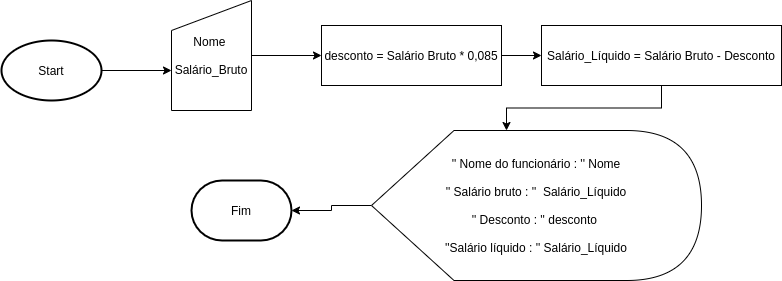
Before: Trabalho_de_APC1_(questão 4).png, a diagram exported from draw.io (Lrlk/Trabalho-de-APC1). Source tidied: cells renumbered, new cells last; positions are measured from the earlier drawing's top-left corner, leaving out a move shared by most shapes.
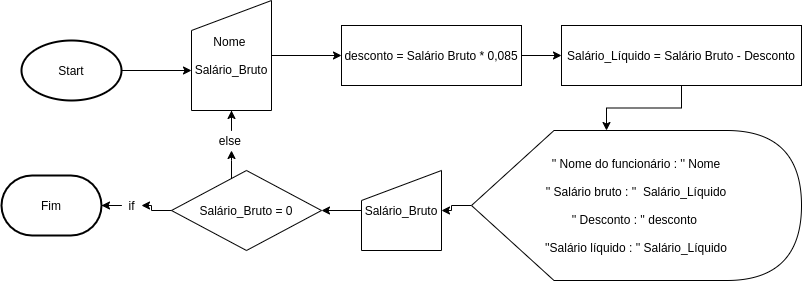
After the commit.

What changed in the source:
```diff
@@ -28,14 +28,46 @@
     <mxCell id="9" value="Salário_Líquido = Salário Bruto - Desconto" style="rounded=0;whiteSpace=wrap;html=1;" parent="1" vertex="1">
       <mxGeometry x="540" y="25" width="240" height="60" as="geometry" />
     </mxCell>
-    <mxCell id="10" style="edgeStyle=orthogonalEdgeStyle;rounded=0;jettySize=auto;html=1;" parent="1" edge="1" source="11" target="12">
+    <mxCell id="10" style="edgeStyle=orthogonalEdgeStyle;rounded=0;jettySize=auto;html=1;entryX=1;entryY=0.5;entryDx=0;entryDy=0;" parent="1" edge="1" source="11" target="14">
       <mxGeometry relative="1" as="geometry" />
     </mxCell>
     <mxCell id="11" value="'' Nome do funcionário : '' Nome&lt;br&gt;&lt;br&gt;'' Salário bruto : ''&amp;nbsp; Salário_Líquido&lt;br&gt;&lt;br&gt;'' Desconto : '' desconto&amp;nbsp;&lt;br&gt;&lt;br&gt;''Salário líquido : '' Salário_Líquido" style="shape=display;whiteSpace=wrap;html=1;" parent="1" vertex="1">
-      <mxGeometry x="370" y="130" width="330" height="150" as="geometry" />
+      <mxGeometry x="450" y="130" width="330" height="150" as="geometry" />
     </mxCell>
     <mxCell id="12" value="Fim" style="strokeWidth=2;html=1;shape=mxgraph.flowchart.terminator;whiteSpace=wrap;" parent="1" vertex="1">
-      <mxGeometry x="190" y="180" width="100" height="60" as="geometry" />
+      <mxGeometry x="-20" y="175" width="100" height="60" as="geometry" />
     </mxCell>
+    <mxCell id="13" style="edgeStyle=orthogonalEdgeStyle;rounded=0;jettySize=auto;html=1;" parent="1" edge="1" source="14" target="18">
+      <mxGeometry relative="1" as="geometry" />
+    </mxCell>
+    <mxCell id="14" value="Salário_Bruto" style="shape=manualInput;whiteSpace=wrap;html=1;" parent="1" vertex="1">
+      <mxGeometry x="340" y="170" width="80" height="80" as="geometry" />
+    </mxCell>
+    <mxCell id="15" style="edgeStyle=orthogonalEdgeStyle;rounded=0;jettySize=auto;html=1;" parent="1" edge="1" source="19" target="12">
+      <mxGeometry relative="1" as="geometry" />
+    </mxCell>
+    <mxCell id="16" style="edgeStyle=orthogonalEdgeStyle;rounded=0;jettySize=auto;html=1;" parent="1" edge="1" source="21" target="5">
+      <mxGeometry relative="1" as="geometry" />
+    </mxCell>
+    <mxCell id="17" style="edgeStyle=orthogonalEdgeStyle;rounded=0;jettySize=auto;html=1;" parent="1" edge="1" source="18" target="21">
+      <mxGeometry relative="1" as="geometry">
+        <Array as="points">
+          <mxPoint x="210" y="160" />
+          <mxPoint x="210" y="160" />
+        </Array>
+      </mxGeometry>
+    </mxCell>
+    <mxCell id="18" value="Salário_Bruto = 0" style="rhombus;whiteSpace=wrap;html=1;" parent="1" vertex="1">
+      <mxGeometry x="150" y="170" width="150" height="80" as="geometry" />
+    </mxCell>
+    <mxCell id="19" value="if" style="text;html=1;align=center;verticalAlign=middle;points=[];" parent="1" vertex="1">
+      <mxGeometry x="100" y="195" width="20" height="20" as="geometry" />
+    </mxCell>
+    <mxCell id="20" style="edgeStyle=orthogonalEdgeStyle;rounded=0;jettySize=auto;html=1;" parent="1" edge="1" source="18" target="19">
+      <mxGeometry relative="1" as="geometry" />
+    </mxCell>
+    <mxCell id="21" value="else&amp;nbsp;" style="text;html=1;align=center;verticalAlign=middle;points=[];" parent="1" vertex="1">
+      <mxGeometry x="190" y="130" width="40" height="20" as="geometry" />
+    </mxCell>
   </root>
 </mxGraphModel>
```
